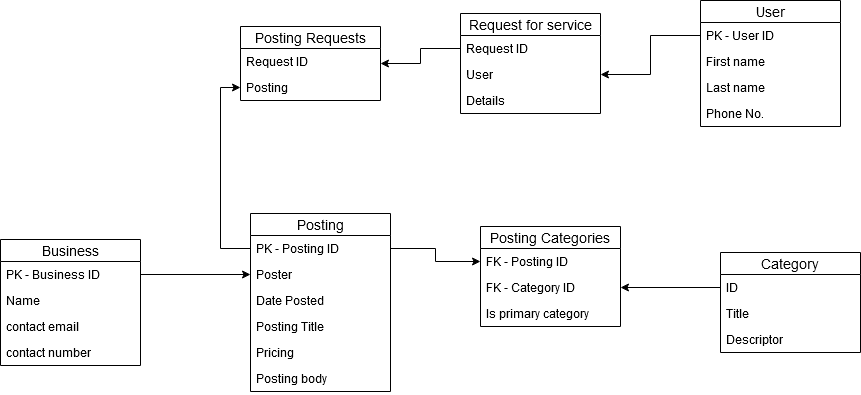
This is designs/ERD.png from vladapopei/project-management-work, a draw.io export, as it was before one commit. Source tidied: cells renumbered, new cells last; positions are measured from the earlier drawing's top-left corner, leaving out a move shared by most shapes. Its diagram source:
```xml
<mxGraphModel>
  <root>
    <mxCell id="0" />
    <mxCell id="1" parent="0" />
    <mxCell id="2" value="Posting Categories" style="swimlane;fontStyle=0;horizontal=1;startSize=22;align=center;fontSize=14;" parent="1" vertex="1">
      <mxGeometry x="480" y="226" width="140" height="100" as="geometry" />
    </mxCell>
    <mxCell id="3" value="FK - Posting ID" style="text;strokeColor=none;fillColor=none;spacingLeft=4;spacingRight=4;overflow=hidden;points=[[0,0.5],[1,0.5]];portConstraint=eastwest;fontSize=12;" parent="2" vertex="1">
      <mxGeometry y="22" width="140" height="26" as="geometry" />
    </mxCell>
    <mxCell id="4" value="FK - Category ID" style="text;strokeColor=none;fillColor=none;spacingLeft=4;spacingRight=4;overflow=hidden;points=[[0,0.5],[1,0.5]];portConstraint=eastwest;fontSize=12;" parent="2" vertex="1">
      <mxGeometry y="48" width="140" height="26" as="geometry" />
    </mxCell>
    <mxCell id="5" value="Is primary category" style="text;strokeColor=none;fillColor=none;spacingLeft=4;spacingRight=4;overflow=hidden;fontSize=12;" parent="2" vertex="1">
      <mxGeometry y="74" width="140" height="26" as="geometry" />
    </mxCell>
    <mxCell id="6" value="Posting" style="swimlane;fontStyle=0;horizontal=1;startSize=22;align=center;fontSize=14;" parent="1" vertex="1">
      <mxGeometry x="250" y="213" width="140" height="178" as="geometry" />
    </mxCell>
    <mxCell id="7" value="PK - Posting ID" style="text;strokeColor=none;fillColor=none;spacingLeft=4;spacingRight=4;overflow=hidden;points=[[0,0.5],[1,0.5]];portConstraint=eastwest;fontSize=12;" parent="6" vertex="1">
      <mxGeometry y="22" width="140" height="26" as="geometry" />
    </mxCell>
    <mxCell id="8" value="Poster" style="text;strokeColor=none;fillColor=none;spacingLeft=4;spacingRight=4;overflow=hidden;points=[[0,0.5],[1,0.5]];portConstraint=eastwest;fontSize=12;" parent="6" vertex="1">
      <mxGeometry y="48" width="140" height="26" as="geometry" />
    </mxCell>
    <mxCell id="9" value="Date Posted" style="text;strokeColor=none;fillColor=none;spacingLeft=4;spacingRight=4;overflow=hidden;fontSize=12;" parent="6" vertex="1">
      <mxGeometry y="74" width="140" height="26" as="geometry" />
    </mxCell>
    <mxCell id="10" value="Posting Title" style="text;strokeColor=none;fillColor=none;spacingLeft=4;spacingRight=4;overflow=hidden;fontSize=12;" parent="6" vertex="1">
      <mxGeometry y="100" width="140" height="26" as="geometry" />
    </mxCell>
    <mxCell id="11" value="Pricing" style="text;strokeColor=none;fillColor=none;spacingLeft=4;spacingRight=4;overflow=hidden;fontSize=12;" parent="6" vertex="1">
      <mxGeometry y="126" width="140" height="26" as="geometry" />
    </mxCell>
    <mxCell id="12" value="Posting body" style="text;strokeColor=none;fillColor=none;spacingLeft=4;spacingRight=4;overflow=hidden;fontSize=12;" parent="6" vertex="1">
      <mxGeometry y="152" width="140" height="26" as="geometry" />
    </mxCell>
    <mxCell id="13" style="edgeStyle=orthogonalEdgeStyle;rounded=0;jettySize=auto;html=1;exitX=1;exitY=0.5;exitDx=0;exitDy=0;entryX=0;entryY=0.5;entryDx=0;entryDy=0;" parent="1" edge="1" source="7" target="3">
      <mxGeometry relative="1" as="geometry" />
    </mxCell>
    <mxCell id="14" value="Business" style="swimlane;fontStyle=0;horizontal=1;startSize=22;align=center;fontSize=14;" parent="1" vertex="1">
      <mxGeometry y="239" width="140" height="126" as="geometry" />
    </mxCell>
    <mxCell id="15" value="PK - Business ID" style="text;strokeColor=none;fillColor=none;spacingLeft=4;spacingRight=4;overflow=hidden;points=[[0,0.5],[1,0.5]];portConstraint=eastwest;fontSize=12;" parent="14" vertex="1">
      <mxGeometry y="22" width="140" height="26" as="geometry" />
    </mxCell>
    <mxCell id="16" value="Name" style="text;strokeColor=none;fillColor=none;spacingLeft=4;spacingRight=4;overflow=hidden;fontSize=12;" parent="14" vertex="1">
      <mxGeometry y="48" width="140" height="26" as="geometry" />
    </mxCell>
    <mxCell id="17" value="contact email" style="text;strokeColor=none;fillColor=none;spacingLeft=4;spacingRight=4;overflow=hidden;fontSize=12;" parent="14" vertex="1">
      <mxGeometry y="74" width="140" height="26" as="geometry" />
    </mxCell>
    <mxCell id="18" value="contact number" style="text;strokeColor=none;fillColor=none;spacingLeft=4;spacingRight=4;overflow=hidden;fontSize=12;" parent="14" vertex="1">
      <mxGeometry y="100" width="140" height="26" as="geometry" />
    </mxCell>
    <mxCell id="19" style="edgeStyle=orthogonalEdgeStyle;rounded=0;jettySize=auto;html=1;exitX=1;exitY=0.5;exitDx=0;exitDy=0;entryX=0;entryY=0.5;entryDx=0;entryDy=0;" parent="1" edge="1" source="15" target="8">
      <mxGeometry relative="1" as="geometry" />
    </mxCell>
    <mxCell id="20" style="edgeStyle=orthogonalEdgeStyle;rounded=0;jettySize=auto;html=1;exitX=0;exitY=0.5;exitDx=0;exitDy=0;entryX=1;entryY=0.5;entryDx=0;entryDy=0;" parent="1" edge="1" source="22" target="4">
      <mxGeometry relative="1" as="geometry" />
    </mxCell>
    <mxCell id="21" value="Category" style="swimlane;fontStyle=0;horizontal=1;startSize=22;align=center;fontSize=14;" parent="1" vertex="1">
      <mxGeometry x="720" y="252" width="140" height="100" as="geometry" />
    </mxCell>
    <mxCell id="22" value="ID" style="text;strokeColor=none;fillColor=none;spacingLeft=4;spacingRight=4;overflow=hidden;points=[[0,0.5],[1,0.5]];portConstraint=eastwest;fontSize=12;" parent="21" vertex="1">
      <mxGeometry y="22" width="140" height="26" as="geometry" />
    </mxCell>
    <mxCell id="23" value="Title" style="text;strokeColor=none;fillColor=none;spacingLeft=4;spacingRight=4;overflow=hidden;fontSize=12;" parent="21" vertex="1">
      <mxGeometry y="48" width="140" height="26" as="geometry" />
    </mxCell>
    <mxCell id="24" value="Descriptor" style="text;strokeColor=none;fillColor=none;spacingLeft=4;spacingRight=4;overflow=hidden;fontSize=12;" parent="21" vertex="1">
      <mxGeometry y="74" width="140" height="26" as="geometry" />
    </mxCell>
    <mxCell id="25" value="Posting Requests" style="swimlane;fontStyle=0;horizontal=1;startSize=22;align=center;fontSize=14;" parent="1" vertex="1">
      <mxGeometry x="240" y="26" width="140" height="74" as="geometry" />
    </mxCell>
    <mxCell id="26" value="Request ID" style="text;strokeColor=none;fillColor=none;spacingLeft=4;spacingRight=4;overflow=hidden;fontSize=12;" parent="25" vertex="1">
      <mxGeometry y="22" width="140" height="26" as="geometry" />
    </mxCell>
    <mxCell id="27" value="Posting" style="text;strokeColor=none;fillColor=none;spacingLeft=4;spacingRight=4;overflow=hidden;points=[[0,0.5],[1,0.5]];portConstraint=eastwest;fontSize=12;" parent="25" vertex="1">
      <mxGeometry y="48" width="140" height="26" as="geometry" />
    </mxCell>
    <mxCell id="28" style="edgeStyle=orthogonalEdgeStyle;rounded=0;jettySize=auto;html=1;exitX=0;exitY=0.5;exitDx=0;exitDy=0;entryX=0;entryY=0.5;entryDx=0;entryDy=0;" parent="1" edge="1" source="7" target="27">
      <mxGeometry relative="1" as="geometry" />
    </mxCell>
    <mxCell id="29" style="edgeStyle=orthogonalEdgeStyle;rounded=0;jettySize=auto;html=1;exitX=0;exitY=0.5;exitDx=0;exitDy=0;entryX=1;entryY=0.5;entryDx=0;entryDy=0;" parent="1" edge="1" source="32" target="25">
      <mxGeometry relative="1" as="geometry" />
    </mxCell>
    <mxCell id="30" style="edgeStyle=orthogonalEdgeStyle;rounded=0;jettySize=auto;html=1;exitX=0;exitY=0.5;exitDx=0;exitDy=0;entryX=1;entryY=0.5;entryDx=0;entryDy=0;" parent="1" edge="1" source="36" target="33">
      <mxGeometry relative="1" as="geometry" />
    </mxCell>
    <mxCell id="31" value="Request for service" style="swimlane;fontStyle=0;horizontal=1;startSize=22;align=center;fontSize=14;" parent="1" vertex="1">
      <mxGeometry x="460" y="13" width="140" height="100" as="geometry" />
    </mxCell>
    <mxCell id="32" value="Request ID" style="text;strokeColor=none;fillColor=none;spacingLeft=4;spacingRight=4;overflow=hidden;points=[[0,0.5],[1,0.5]];portConstraint=eastwest;fontSize=12;" parent="31" vertex="1">
      <mxGeometry y="22" width="140" height="26" as="geometry" />
    </mxCell>
    <mxCell id="33" value="User" style="text;strokeColor=none;fillColor=none;spacingLeft=4;spacingRight=4;overflow=hidden;points=[[0,0.5],[1,0.5]];portConstraint=eastwest;fontSize=12;" parent="31" vertex="1">
      <mxGeometry y="48" width="140" height="26" as="geometry" />
    </mxCell>
    <mxCell id="34" value="Details" style="text;strokeColor=none;fillColor=none;spacingLeft=4;spacingRight=4;overflow=hidden;fontSize=12;" parent="31" vertex="1">
      <mxGeometry y="74" width="140" height="26" as="geometry" />
    </mxCell>
    <mxCell id="35" value="User" style="swimlane;fontStyle=0;horizontal=1;startSize=22;align=center;fontSize=14;" parent="1" vertex="1">
      <mxGeometry x="700" width="140" height="126" as="geometry" />
    </mxCell>
    <mxCell id="36" value="PK - User ID" style="text;strokeColor=none;fillColor=none;spacingLeft=4;spacingRight=4;overflow=hidden;points=[[0,0.5],[1,0.5]];portConstraint=eastwest;fontSize=12;" parent="35" vertex="1">
      <mxGeometry y="22" width="140" height="26" as="geometry" />
    </mxCell>
    <mxCell id="37" value="First name" style="text;strokeColor=none;fillColor=none;spacingLeft=4;spacingRight=4;overflow=hidden;fontSize=12;" parent="35" vertex="1">
      <mxGeometry y="48" width="140" height="26" as="geometry" />
    </mxCell>
    <mxCell id="38" value="Last name" style="text;strokeColor=none;fillColor=none;spacingLeft=4;spacingRight=4;overflow=hidden;fontSize=12;" parent="35" vertex="1">
      <mxGeometry y="74" width="140" height="26" as="geometry" />
    </mxCell>
    <mxCell id="39" value="Phone No." style="text;strokeColor=none;fillColor=none;spacingLeft=4;spacingRight=4;overflow=hidden;fontSize=12;" parent="35" vertex="1">
      <mxGeometry y="100" width="140" height="26" as="geometry" />
    </mxCell>
  </root>
</mxGraphModel>
```
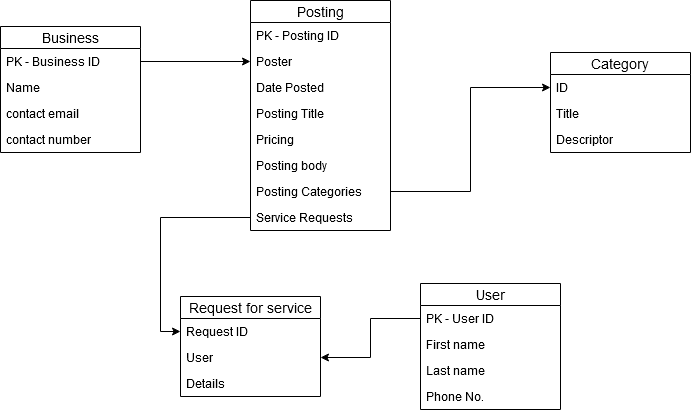
After the commit.

Commit message:
fixed funky relationships

The edit, as a diff of the source:
```diff
@@ -2,20 +2,8 @@
   <root>
     <mxCell id="0" />
     <mxCell id="1" parent="0" />
-    <mxCell id="2" value="Posting Categories" style="swimlane;fontStyle=0;horizontal=1;startSize=22;align=center;fontSize=14;" parent="1" vertex="1">
-      <mxGeometry x="480" y="226" width="140" height="100" as="geometry" />
-    </mxCell>
-    <mxCell id="3" value="FK - Posting ID" style="text;strokeColor=none;fillColor=none;spacingLeft=4;spacingRight=4;overflow=hidden;points=[[0,0.5],[1,0.5]];portConstraint=eastwest;fontSize=12;" parent="2" vertex="1">
-      <mxGeometry y="22" width="140" height="26" as="geometry" />
-    </mxCell>
-    <mxCell id="4" value="FK - Category ID" style="text;strokeColor=none;fillColor=none;spacingLeft=4;spacingRight=4;overflow=hidden;points=[[0,0.5],[1,0.5]];portConstraint=eastwest;fontSize=12;" parent="2" vertex="1">
-      <mxGeometry y="48" width="140" height="26" as="geometry" />
-    </mxCell>
-    <mxCell id="5" value="Is primary category" style="text;strokeColor=none;fillColor=none;spacingLeft=4;spacingRight=4;overflow=hidden;fontSize=12;" parent="2" vertex="1">
-      <mxGeometry y="74" width="140" height="26" as="geometry" />
-    </mxCell>
     <mxCell id="6" value="Posting" style="swimlane;fontStyle=0;horizontal=1;startSize=22;align=center;fontSize=14;" parent="1" vertex="1">
-      <mxGeometry x="250" y="213" width="140" height="178" as="geometry" />
+      <mxGeometry x="250" y="213" width="140" height="230" as="geometry" />
     </mxCell>
     <mxCell id="7" value="PK - Posting ID" style="text;strokeColor=none;fillColor=none;spacingLeft=4;spacingRight=4;overflow=hidden;points=[[0,0.5],[1,0.5]];portConstraint=eastwest;fontSize=12;" parent="6" vertex="1">
       <mxGeometry y="22" width="140" height="26" as="geometry" />
@@ -35,9 +23,12 @@
     <mxCell id="12" value="Posting body" style="text;strokeColor=none;fillColor=none;spacingLeft=4;spacingRight=4;overflow=hidden;fontSize=12;" parent="6" vertex="1">
       <mxGeometry y="152" width="140" height="26" as="geometry" />
     </mxCell>
-    <mxCell id="13" style="edgeStyle=orthogonalEdgeStyle;rounded=0;jettySize=auto;html=1;exitX=1;exitY=0.5;exitDx=0;exitDy=0;entryX=0;entryY=0.5;entryDx=0;entryDy=0;" parent="1" edge="1" source="7" target="3">
-      <mxGeometry relative="1" as="geometry" />
-    </mxCell>
+    <mxCell id="2" value="Posting Categories" style="text;strokeColor=none;fillColor=none;spacingLeft=4;spacingRight=4;overflow=hidden;points=[[0,0.5],[1,0.5]];portConstraint=eastwest;fontSize=12;" parent="6" vertex="1">
+      <mxGeometry y="178" width="140" height="26" as="geometry" />
+    </mxCell>
+    <mxCell id="40" value="Service Requests" style="text;strokeColor=none;fillColor=none;spacingLeft=4;spacingRight=4;overflow=hidden;points=[[0,0.5],[1,0.5]];portConstraint=eastwest;fontSize=12;" parent="6" vertex="1">
+      <mxGeometry y="204" width="140" height="26" as="geometry" />
+    </mxCell>
     <mxCell id="14" value="Business" style="swimlane;fontStyle=0;horizontal=1;startSize=22;align=center;fontSize=14;" parent="1" vertex="1">
       <mxGeometry y="239" width="140" height="126" as="geometry" />
     </mxCell>
@@ -56,11 +47,14 @@
     <mxCell id="19" style="edgeStyle=orthogonalEdgeStyle;rounded=0;jettySize=auto;html=1;exitX=1;exitY=0.5;exitDx=0;exitDy=0;entryX=0;entryY=0.5;entryDx=0;entryDy=0;" parent="1" edge="1" source="15" target="8">
       <mxGeometry relative="1" as="geometry" />
     </mxCell>
-    <mxCell id="20" style="edgeStyle=orthogonalEdgeStyle;rounded=0;jettySize=auto;html=1;exitX=0;exitY=0.5;exitDx=0;exitDy=0;entryX=1;entryY=0.5;entryDx=0;entryDy=0;" parent="1" edge="1" source="22" target="4">
-      <mxGeometry relative="1" as="geometry" />
-    </mxCell>
+    <mxCell id="30" style="edgeStyle=orthogonalEdgeStyle;rounded=0;jettySize=auto;html=1;exitX=0;exitY=0.5;exitDx=0;exitDy=0;entryX=1;entryY=0.5;entryDx=0;entryDy=0;" parent="1" edge="1" source="36" target="33">
+      <mxGeometry relative="1" as="geometry" />
+    </mxCell>
+    <mxCell id="41" style="edgeStyle=orthogonalEdgeStyle;rounded=0;jettySize=auto;html=1;exitX=1;exitY=0.5;exitDx=0;exitDy=0;entryX=0;entryY=0.5;entryDx=0;entryDy=0;" parent="1" edge="1" source="2" target="22">
+      <mxGeometry relative="1" as="geometry" />
+    </mxCell>
     <mxCell id="21" value="Category" style="swimlane;fontStyle=0;horizontal=1;startSize=22;align=center;fontSize=14;" parent="1" vertex="1">
-      <mxGeometry x="720" y="252" width="140" height="100" as="geometry" />
+      <mxGeometry x="550" y="265" width="140" height="100" as="geometry" />
     </mxCell>
     <mxCell id="22" value="ID" style="text;strokeColor=none;fillColor=none;spacingLeft=4;spacingRight=4;overflow=hidden;points=[[0,0.5],[1,0.5]];portConstraint=eastwest;fontSize=12;" parent="21" vertex="1">
       <mxGeometry y="22" width="140" height="26" as="geometry" />
@@ -71,26 +65,11 @@
     <mxCell id="24" value="Descriptor" style="text;strokeColor=none;fillColor=none;spacingLeft=4;spacingRight=4;overflow=hidden;fontSize=12;" parent="21" vertex="1">
       <mxGeometry y="74" width="140" height="26" as="geometry" />
     </mxCell>
-    <mxCell id="25" value="Posting Requests" style="swimlane;fontStyle=0;horizontal=1;startSize=22;align=center;fontSize=14;" parent="1" vertex="1">
-      <mxGeometry x="240" y="26" width="140" height="74" as="geometry" />
-    </mxCell>
-    <mxCell id="26" value="Request ID" style="text;strokeColor=none;fillColor=none;spacingLeft=4;spacingRight=4;overflow=hidden;fontSize=12;" parent="25" vertex="1">
-      <mxGeometry y="22" width="140" height="26" as="geometry" />
-    </mxCell>
-    <mxCell id="27" value="Posting" style="text;strokeColor=none;fillColor=none;spacingLeft=4;spacingRight=4;overflow=hidden;points=[[0,0.5],[1,0.5]];portConstraint=eastwest;fontSize=12;" parent="25" vertex="1">
-      <mxGeometry y="48" width="140" height="26" as="geometry" />
-    </mxCell>
-    <mxCell id="28" style="edgeStyle=orthogonalEdgeStyle;rounded=0;jettySize=auto;html=1;exitX=0;exitY=0.5;exitDx=0;exitDy=0;entryX=0;entryY=0.5;entryDx=0;entryDy=0;" parent="1" edge="1" source="7" target="27">
-      <mxGeometry relative="1" as="geometry" />
-    </mxCell>
-    <mxCell id="29" style="edgeStyle=orthogonalEdgeStyle;rounded=0;jettySize=auto;html=1;exitX=0;exitY=0.5;exitDx=0;exitDy=0;entryX=1;entryY=0.5;entryDx=0;entryDy=0;" parent="1" edge="1" source="32" target="25">
-      <mxGeometry relative="1" as="geometry" />
-    </mxCell>
-    <mxCell id="30" style="edgeStyle=orthogonalEdgeStyle;rounded=0;jettySize=auto;html=1;exitX=0;exitY=0.5;exitDx=0;exitDy=0;entryX=1;entryY=0.5;entryDx=0;entryDy=0;" parent="1" edge="1" source="36" target="33">
-      <mxGeometry relative="1" as="geometry" />
-    </mxCell>
+    <mxCell id="42" style="edgeStyle=orthogonalEdgeStyle;rounded=0;jettySize=auto;html=1;exitX=0;exitY=0.5;exitDx=0;exitDy=0;entryX=0;entryY=0.5;entryDx=0;entryDy=0;" parent="1" edge="1" source="40" target="32">
+      <mxGeometry relative="1" as="geometry" />
+    </mxCell>
     <mxCell id="31" value="Request for service" style="swimlane;fontStyle=0;horizontal=1;startSize=22;align=center;fontSize=14;" parent="1" vertex="1">
-      <mxGeometry x="460" y="13" width="140" height="100" as="geometry" />
+      <mxGeometry x="180" y="509" width="140" height="100" as="geometry" />
     </mxCell>
     <mxCell id="32" value="Request ID" style="text;strokeColor=none;fillColor=none;spacingLeft=4;spacingRight=4;overflow=hidden;points=[[0,0.5],[1,0.5]];portConstraint=eastwest;fontSize=12;" parent="31" vertex="1">
       <mxGeometry y="22" width="140" height="26" as="geometry" />
@@ -102,7 +81,7 @@
       <mxGeometry y="74" width="140" height="26" as="geometry" />
     </mxCell>
     <mxCell id="35" value="User" style="swimlane;fontStyle=0;horizontal=1;startSize=22;align=center;fontSize=14;" parent="1" vertex="1">
-      <mxGeometry x="700" width="140" height="126" as="geometry" />
+      <mxGeometry x="420" y="496" width="140" height="126" as="geometry" />
     </mxCell>
     <mxCell id="36" value="PK - User ID" style="text;strokeColor=none;fillColor=none;spacingLeft=4;spacingRight=4;overflow=hidden;points=[[0,0.5],[1,0.5]];portConstraint=eastwest;fontSize=12;" parent="35" vertex="1">
       <mxGeometry y="22" width="140" height="26" as="geometry" />
```
